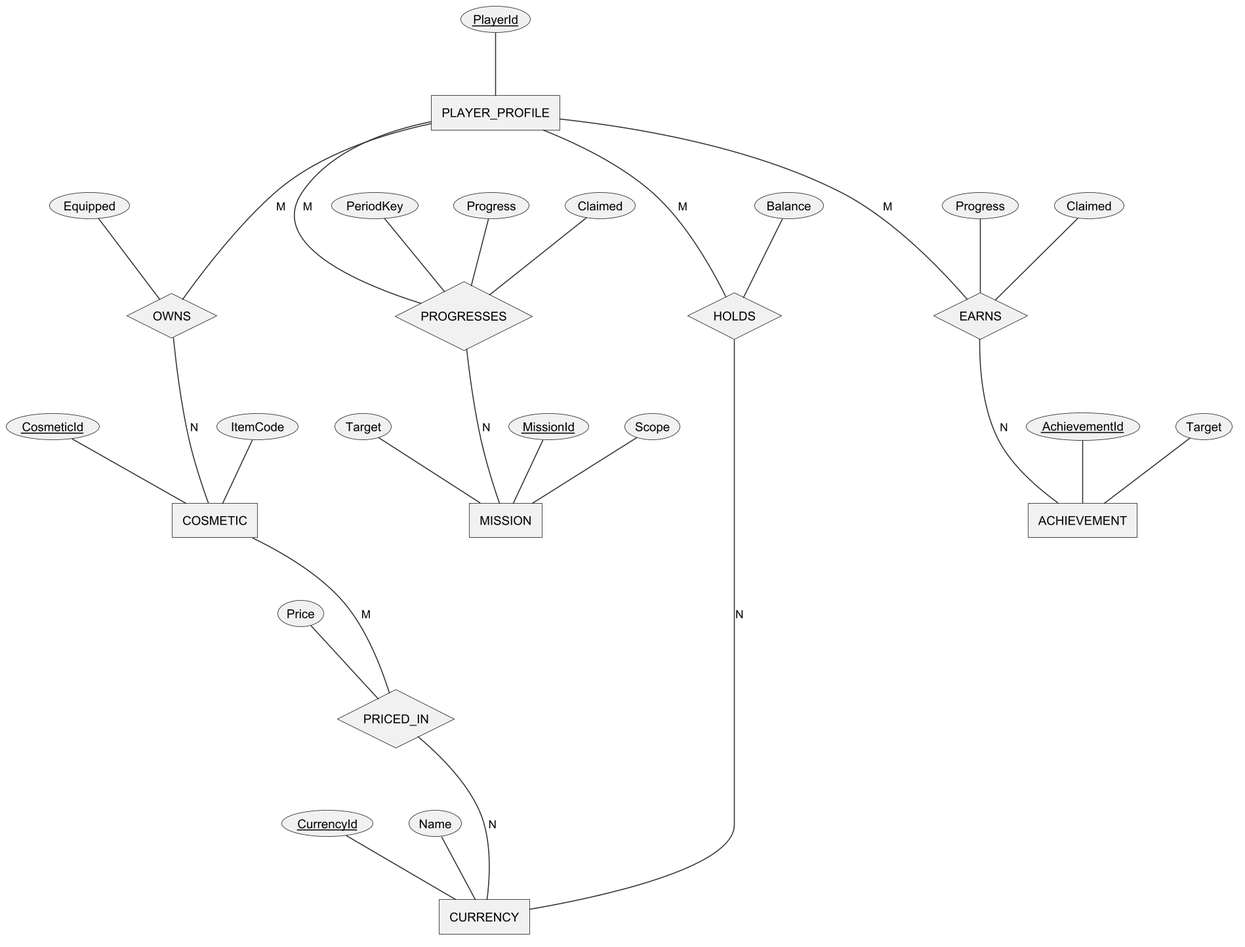
Above: Doc/Project_report/Report/diagrams/png/r3_cerd_economy.png in Tad-Min/PickleVerse (PlantUML), before the change. The source it was exported from:
```plantuml
@startchen r3_cerd_economy
!include _style.iuml
entity PLAYER_PROFILE {
  PlayerId <<key>>
}
entity CURRENCY {
  CurrencyId <<key>>
  Name
}
entity COSMETIC {
  CosmeticId <<key>>
  ItemCode
}
entity MISSION {
  MissionId <<key>>
  Scope
  Target
}
entity ACHIEVEMENT {
  AchievementId <<key>>
  Target
}
relationship HOLDS {
  Balance
}
relationship PRICED_IN {
  Price
}
relationship OWNS {
  Equipped
}
relationship PROGRESSES {
  PeriodKey
  Progress
  Claimed
}
relationship EARNS {
  Progress
  Claimed
}
PLAYER_PROFILE -M- HOLDS
HOLDS -N- CURRENCY
COSMETIC -M- PRICED_IN
PRICED_IN -N- CURRENCY
PLAYER_PROFILE -M- OWNS
OWNS -N- COSMETIC
PLAYER_PROFILE -M- PROGRESSES
PROGRESSES -N- MISSION
PLAYER_PROFILE -M- EARNS
EARNS -N- ACHIEVEMENT
@endchen
```
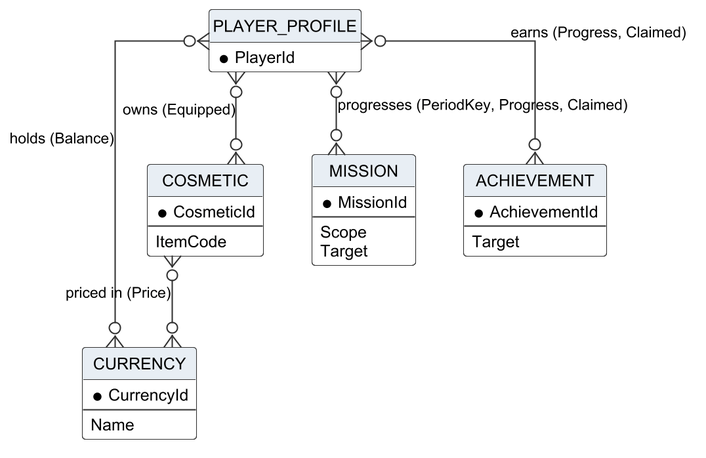
The same diagram one commit later.

Diff of the diagram source:
```diff
@@ -1,51 +1,35 @@
-@startchen r3_cerd_economy
+@startuml r3_cerd_economy
 !include _style.iuml
-entity PLAYER_PROFILE {
-  PlayerId <<key>>
+hide circle
+hide empty members
+skinparam linetype ortho
+entity "PLAYER_PROFILE" as PLAYER_PROFILE {
+  * PlayerId
 }
-entity CURRENCY {
-  CurrencyId <<key>>
+entity "CURRENCY" as CURRENCY {
+  * CurrencyId
+  --
   Name
 }
-entity COSMETIC {
-  CosmeticId <<key>>
+entity "COSMETIC" as COSMETIC {
+  * CosmeticId
+  --
   ItemCode
 }
-entity MISSION {
-  MissionId <<key>>
+entity "MISSION" as MISSION {
+  * MissionId
+  --
   Scope
   Target
 }
-entity ACHIEVEMENT {
-  AchievementId <<key>>
+entity "ACHIEVEMENT" as ACHIEVEMENT {
+  * AchievementId
+  --
   Target
 }
-relationship HOLDS {
-  Balance
-}
-relationship PRICED_IN {
-  Price
-}
-relationship OWNS {
-  Equipped
-}
-relationship PROGRESSES {
-  PeriodKey
-  Progress
-  Claimed
-}
-relationship EARNS {
-  Progress
-  Claimed
-}
-PLAYER_PROFILE -M- HOLDS
-HOLDS -N- CURRENCY
-COSMETIC -M- PRICED_IN
-PRICED_IN -N- CURRENCY
-PLAYER_PROFILE -M- OWNS
-OWNS -N- COSMETIC
-PLAYER_PROFILE -M- PROGRESSES
-PROGRESSES -N- MISSION
-PLAYER_PROFILE -M- EARNS
-EARNS -N- ACHIEVEMENT
-@endchen
+PLAYER_PROFILE }o--o{ CURRENCY : "holds (Balance)"
+COSMETIC }o--o{ CURRENCY : "priced in (Price)"
+PLAYER_PROFILE }o--o{ COSMETIC : "owns (Equipped)"
+PLAYER_PROFILE }o--o{ MISSION : "progresses (PeriodKey, Progress, Claimed)"
+PLAYER_PROFILE }o--o{ ACHIEVEMENT : "earns (Progress, Claimed)"
+@enduml
```
